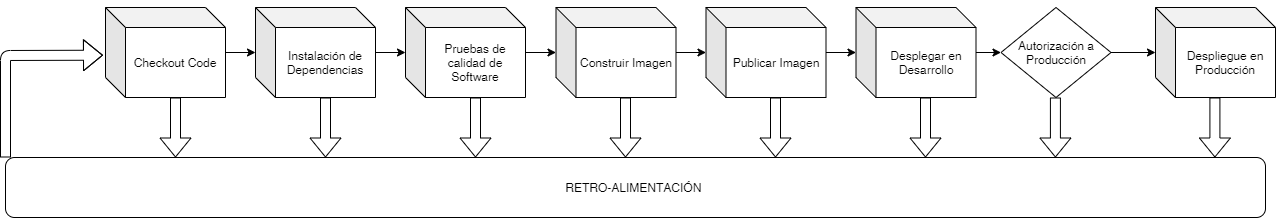
The draw.io diagram docs/img/flujo.png in gamgustavo/ggamboac201504429, before a commit. Source tidied: cells renumbered, new cells last; positions are measured from the earlier drawing's top-left corner, leaving out a move shared by most shapes. The source it was exported from:
```xml
<mxGraphModel>
  <root>
    <mxCell id="0" />
    <mxCell id="1" parent="0" />
    <mxCell id="2" style="edgeStyle=orthogonalEdgeStyle;rounded=0;jettySize=auto;html=1;" parent="1" edge="1" source="3" target="5">
      <mxGeometry relative="1" as="geometry" />
    </mxCell>
    <mxCell id="3" value="Checkout Code" style="shape=cube;whiteSpace=wrap;html=1;boundedLbl=1;backgroundOutline=1;darkOpacity=0.05;darkOpacity2=0.1;" parent="1" vertex="1">
      <mxGeometry x="100" width="120" height="90" as="geometry" />
    </mxCell>
    <mxCell id="4" style="edgeStyle=orthogonalEdgeStyle;rounded=0;jettySize=auto;html=1;" parent="1" edge="1" source="5" target="7">
      <mxGeometry relative="1" as="geometry" />
    </mxCell>
    <mxCell id="5" value="Instalación de Dependencias" style="shape=cube;whiteSpace=wrap;html=1;boundedLbl=1;backgroundOutline=1;darkOpacity=0.05;darkOpacity2=0.1;" parent="1" vertex="1">
      <mxGeometry x="250" width="120" height="90" as="geometry" />
    </mxCell>
    <mxCell id="6" style="edgeStyle=orthogonalEdgeStyle;rounded=0;jettySize=auto;html=1;" parent="1" edge="1" source="7" target="10">
      <mxGeometry relative="1" as="geometry" />
    </mxCell>
    <mxCell id="7" value="Pruebas de calidad de Software" style="shape=cube;whiteSpace=wrap;html=1;boundedLbl=1;backgroundOutline=1;darkOpacity=0.05;darkOpacity2=0.1;" parent="1" vertex="1">
      <mxGeometry x="400" width="120" height="90" as="geometry" />
    </mxCell>
    <mxCell id="8" style="edgeStyle=orthogonalEdgeStyle;rounded=0;jettySize=auto;html=1;" parent="1" edge="1" target="10">
      <mxGeometry relative="1" as="geometry">
        <mxPoint x="590.5" y="55" as="sourcePoint" />
      </mxGeometry>
    </mxCell>
    <mxCell id="9" style="edgeStyle=orthogonalEdgeStyle;rounded=0;jettySize=auto;html=1;" parent="1" edge="1" source="10" target="12">
      <mxGeometry relative="1" as="geometry" />
    </mxCell>
    <mxCell id="10" value="Construir Imagen" style="shape=cube;whiteSpace=wrap;html=1;boundedLbl=1;backgroundOutline=1;darkOpacity=0.05;darkOpacity2=0.1;" parent="1" vertex="1">
      <mxGeometry x="550.5" width="120" height="90" as="geometry" />
    </mxCell>
    <mxCell id="11" style="edgeStyle=orthogonalEdgeStyle;rounded=0;jettySize=auto;html=1;" parent="1" edge="1" source="12" target="14">
      <mxGeometry relative="1" as="geometry" />
    </mxCell>
    <mxCell id="12" value="Publicar Imagen" style="shape=cube;whiteSpace=wrap;html=1;boundedLbl=1;backgroundOutline=1;darkOpacity=0.05;darkOpacity2=0.1;" parent="1" vertex="1">
      <mxGeometry x="700.5" width="120" height="90" as="geometry" />
    </mxCell>
    <mxCell id="13" style="edgeStyle=orthogonalEdgeStyle;rounded=0;jettySize=auto;html=1;" parent="1" edge="1" source="14" target="16">
      <mxGeometry relative="1" as="geometry" />
    </mxCell>
    <mxCell id="14" value="Desplegar en Desarrollo" style="shape=cube;whiteSpace=wrap;html=1;boundedLbl=1;backgroundOutline=1;darkOpacity=0.05;darkOpacity2=0.1;" parent="1" vertex="1">
      <mxGeometry x="850.5" width="120" height="90" as="geometry" />
    </mxCell>
    <mxCell id="15" style="edgeStyle=orthogonalEdgeStyle;rounded=0;jettySize=auto;html=1;" parent="1" edge="1" source="16" target="17">
      <mxGeometry relative="1" as="geometry" />
    </mxCell>
    <mxCell id="16" value="Autorización a Producción" style="rhombus;whiteSpace=wrap;html=1;" parent="1" vertex="1">
      <mxGeometry x="995.5" width="110" height="90" as="geometry" />
    </mxCell>
    <mxCell id="17" value="Despliegue en Producción" style="shape=cube;whiteSpace=wrap;html=1;boundedLbl=1;backgroundOutline=1;darkOpacity=0.05;darkOpacity2=0.1;" parent="1" vertex="1">
      <mxGeometry x="1150" width="120" height="90" as="geometry" />
    </mxCell>
    <mxCell id="18" style="shape=flexArrow;endArrow=classic;html=1;exitX=0;exitY=0;exitDx=70;exitDy=90;exitPerimeter=0;" parent="1" edge="1" source="3">
      <mxGeometry relative="1" as="geometry">
        <mxPoint x="170" y="150" as="targetPoint" />
      </mxGeometry>
    </mxCell>
    <mxCell id="19" style="shape=flexArrow;endArrow=classic;html=1;exitX=0;exitY=0;exitDx=70;exitDy=90;exitPerimeter=0;" parent="1" edge="1">
      <mxGeometry relative="1" as="geometry">
        <mxPoint x="320" y="90" as="sourcePoint" />
        <mxPoint x="320" y="150" as="targetPoint" />
      </mxGeometry>
    </mxCell>
    <mxCell id="20" style="shape=flexArrow;endArrow=classic;html=1;exitX=0;exitY=0;exitDx=70;exitDy=90;exitPerimeter=0;" parent="1" edge="1">
      <mxGeometry relative="1" as="geometry">
        <mxPoint x="470" y="90" as="sourcePoint" />
        <mxPoint x="470" y="150" as="targetPoint" />
      </mxGeometry>
    </mxCell>
    <mxCell id="21" style="shape=flexArrow;endArrow=classic;html=1;exitX=0;exitY=0;exitDx=70;exitDy=90;exitPerimeter=0;" parent="1" edge="1">
      <mxGeometry relative="1" as="geometry">
        <mxPoint x="620" y="90" as="sourcePoint" />
        <mxPoint x="620" y="150" as="targetPoint" />
      </mxGeometry>
    </mxCell>
    <mxCell id="22" style="shape=flexArrow;endArrow=classic;html=1;exitX=0;exitY=0;exitDx=70;exitDy=90;exitPerimeter=0;" parent="1" edge="1">
      <mxGeometry relative="1" as="geometry">
        <mxPoint x="770" y="90" as="sourcePoint" />
        <mxPoint x="770" y="150" as="targetPoint" />
      </mxGeometry>
    </mxCell>
    <mxCell id="23" style="shape=flexArrow;endArrow=classic;html=1;exitX=0;exitY=0;exitDx=70;exitDy=90;exitPerimeter=0;" parent="1" edge="1">
      <mxGeometry relative="1" as="geometry">
        <mxPoint x="920" y="90" as="sourcePoint" />
        <mxPoint x="920" y="150" as="targetPoint" />
      </mxGeometry>
    </mxCell>
    <mxCell id="24" style="shape=flexArrow;endArrow=classic;html=1;exitX=0;exitY=0;exitDx=70;exitDy=90;exitPerimeter=0;" parent="1" edge="1">
      <mxGeometry relative="1" as="geometry">
        <mxPoint x="1049.9" y="90" as="sourcePoint" />
        <mxPoint x="1049.9" y="150" as="targetPoint" />
      </mxGeometry>
    </mxCell>
    <mxCell id="25" style="shape=flexArrow;endArrow=classic;html=1;exitX=0;exitY=0;exitDx=70;exitDy=90;exitPerimeter=0;" parent="1" edge="1">
      <mxGeometry relative="1" as="geometry">
        <mxPoint x="1209.4" y="90" as="sourcePoint" />
        <mxPoint x="1209.4" y="150" as="targetPoint" />
      </mxGeometry>
    </mxCell>
    <mxCell id="26" value="RETRO-ALIMENTACIÓN&amp;nbsp;" style="rounded=1;whiteSpace=wrap;html=1;" parent="1" vertex="1">
      <mxGeometry y="150" width="1260" height="60" as="geometry" />
    </mxCell>
    <mxCell id="27" style="shape=flexArrow;endArrow=classic;html=1;entryX=-0.021;entryY=0.53;entryDx=0;entryDy=0;entryPerimeter=0;exitX=0;exitY=0;exitDx=0;exitDy=0;" parent="1" edge="1" source="26" target="3">
      <mxGeometry relative="1" as="geometry">
        <Array as="points">
          <mxPoint y="48" />
        </Array>
      </mxGeometry>
    </mxCell>
  </root>
</mxGraphModel>
```
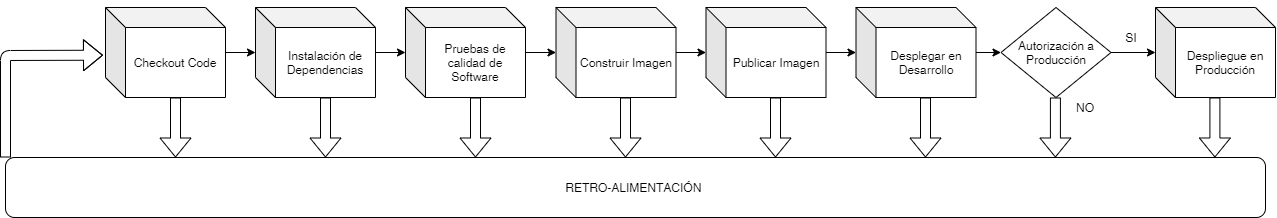
After the commit.

The edit, as a diff of the source:
```diff
@@ -109,5 +109,11 @@
         </Array>
       </mxGeometry>
     </mxCell>
+    <mxCell id="28" value="SI" style="text;html=1;strokeColor=none;fillColor=none;align=center;verticalAlign=middle;whiteSpace=wrap;rounded=0;" parent="1" vertex="1">
+      <mxGeometry x="1106" y="20" width="40" height="20" as="geometry" />
+    </mxCell>
+    <mxCell id="29" value="NO" style="text;html=1;strokeColor=none;fillColor=none;align=center;verticalAlign=middle;whiteSpace=wrap;rounded=0;" parent="1" vertex="1">
+      <mxGeometry x="1060" y="90" width="40" height="20" as="geometry" />
+    </mxCell>
   </root>
 </mxGraphModel>
```
